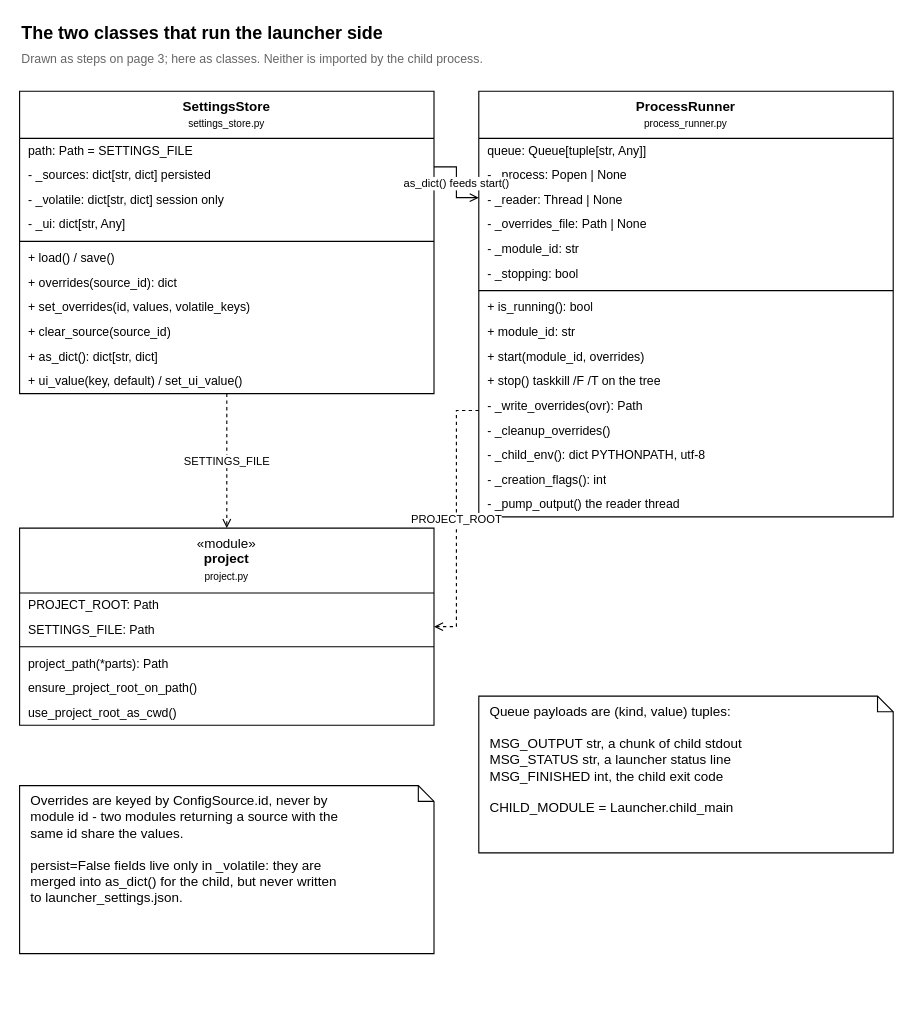
kaw-7/ai-assistant keeps this draw.io diagram as page "4 - Launcher-side services" (4 of 6) of ClassDiagram/LauncherCore.drawio. Above is the earlier version. Source tidied: cells renumbered, new cells numbered last; positions are measured from the earlier drawing's top-left corner, leaving out a move shared by most shapes. Both pictures are drawn from the tidied source at 112%, with x=0, y=0 at pixel (19, 19).
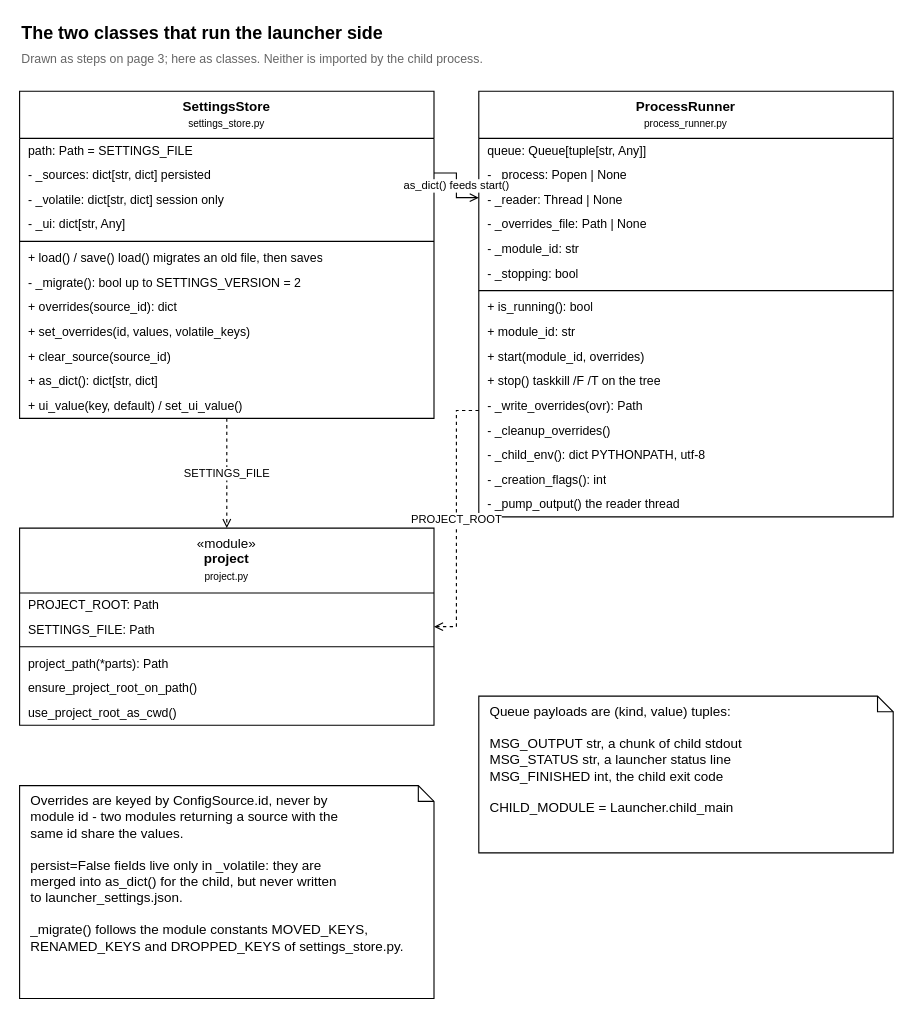
After the change.

Change to the diagram source:
```diff
@@
     <mxCell id="4" value="&lt;b&gt;SettingsStore&lt;/b&gt;&lt;br&gt;&lt;font style=&quot;font-size:9px&quot;&gt;settings_store.py&lt;/font&gt;" style="swimlane;fontStyle=0;horizontal=1;startSize=42;html=1;whiteSpace=wrap;verticalAlign=top;align=center;strokeWidth=1;" parent="1" vertex="1">
-      <mxGeometry y="64" width="370" height="270" as="geometry" />
+      <mxGeometry y="64" width="370" height="292" as="geometry" />
     </mxCell>
@@
-    <mxCell id="10" value="+ load() / save()" style="text;strokeColor=none;fillColor=none;align=left;verticalAlign=middle;spacingLeft=6;spacingRight=6;overflow=hidden;whiteSpace=wrap;html=1;fontSize=11;" parent="4" vertex="1">
+    <mxCell id="10" value="+ load() / save()   load() migrates an old file, then saves" style="text;strokeColor=none;fillColor=none;align=left;verticalAlign=middle;spacingLeft=6;spacingRight=6;overflow=hidden;whiteSpace=wrap;html=1;fontSize=11;" parent="4" vertex="1">
       <mxGeometry y="138" width="370" height="22" as="geometry" />
     </mxCell>
-    <mxCell id="11" value="+ overrides(source_id): dict" style="text;strokeColor=none;fillColor=none;align=left;verticalAlign=middle;spacingLeft=6;spacingRight=6;overflow=hidden;whiteSpace=wrap;html=1;fontSize=11;" parent="4" vertex="1">
+    <mxCell id="11" value="- _migrate(): bool   up to SETTINGS_VERSION = 2" style="text;strokeColor=none;fillColor=none;align=left;verticalAlign=middle;spacingLeft=6;spacingRight=6;overflow=hidden;whiteSpace=wrap;html=1;fontSize=11;" parent="4" vertex="1">
       <mxGeometry y="160" width="370" height="22" as="geometry" />
     </mxCell>
-    <mxCell id="12" value="+ set_overrides(id, values, volatile_keys)" style="text;strokeColor=none;fillColor=none;align=left;verticalAlign=middle;spacingLeft=6;spacingRight=6;overflow=hidden;whiteSpace=wrap;html=1;fontSize=11;" parent="4" vertex="1">
+    <mxCell id="12" value="+ overrides(source_id): dict" style="text;strokeColor=none;fillColor=none;align=left;verticalAlign=middle;spacingLeft=6;spacingRight=6;overflow=hidden;whiteSpace=wrap;html=1;fontSize=11;" parent="4" vertex="1">
       <mxGeometry y="182" width="370" height="22" as="geometry" />
     </mxCell>
-    <mxCell id="13" value="+ clear_source(source_id)" style="text;strokeColor=none;fillColor=none;align=left;verticalAlign=middle;spacingLeft=6;spacingRight=6;overflow=hidden;whiteSpace=wrap;html=1;fontSize=11;" parent="4" vertex="1">
+    <mxCell id="13" value="+ set_overrides(id, values, volatile_keys)" style="text;strokeColor=none;fillColor=none;align=left;verticalAlign=middle;spacingLeft=6;spacingRight=6;overflow=hidden;whiteSpace=wrap;html=1;fontSize=11;" parent="4" vertex="1">
       <mxGeometry y="204" width="370" height="22" as="geometry" />
     </mxCell>
-    <mxCell id="14" value="+ as_dict(): dict[str, dict]" style="text;strokeColor=none;fillColor=none;align=left;verticalAlign=middle;spacingLeft=6;spacingRight=6;overflow=hidden;whiteSpace=wrap;html=1;fontSize=11;" parent="4" vertex="1">
+    <mxCell id="14" value="+ clear_source(source_id)" style="text;strokeColor=none;fillColor=none;align=left;verticalAlign=middle;spacingLeft=6;spacingRight=6;overflow=hidden;whiteSpace=wrap;html=1;fontSize=11;" parent="4" vertex="1">
       <mxGeometry y="226" width="370" height="22" as="geometry" />
     </mxCell>
-    <mxCell id="15" value="+ ui_value(key, default) / set_ui_value()" style="text;strokeColor=none;fillColor=none;align=left;verticalAlign=middle;spacingLeft=6;spacingRight=6;overflow=hidden;whiteSpace=wrap;html=1;fontSize=11;" parent="4" vertex="1">
+    <mxCell id="15" value="+ as_dict(): dict[str, dict]" style="text;strokeColor=none;fillColor=none;align=left;verticalAlign=middle;spacingLeft=6;spacingRight=6;overflow=hidden;whiteSpace=wrap;html=1;fontSize=11;" parent="4" vertex="1">
       <mxGeometry y="248" width="370" height="22" as="geometry" />
     </mxCell>
+    <mxCell id="45" value="+ ui_value(key, default) / set_ui_value()" style="text;strokeColor=none;fillColor=none;align=left;verticalAlign=middle;spacingLeft=6;spacingRight=6;overflow=hidden;whiteSpace=wrap;html=1;fontSize=11;" parent="4" vertex="1">
+      <mxGeometry y="270" width="370" height="22" as="geometry" />
+    </mxCell>
@@
-    <mxCell id="41" value="Overrides are keyed by ConfigSource.id, never by&lt;br&gt;module id - two modules returning a source with the&lt;br&gt;same id share the values.&lt;br&gt;&lt;br&gt;persist=False fields live only in _volatile: they are&lt;br&gt;merged into as_dict() for the child, but never written&lt;br&gt;to launcher_settings.json." style="shape=note;whiteSpace=wrap;html=1;size=14;align=left;spacingLeft=8;verticalAlign=top;" parent="1" vertex="1">
-      <mxGeometry y="684" width="370" height="150" as="geometry" />
+    <mxCell id="41" value="Overrides are keyed by ConfigSource.id, never by&lt;br&gt;module id - two modules returning a source with the&lt;br&gt;same id share the values.&lt;br&gt;&lt;br&gt;persist=False fields live only in _volatile: they are&lt;br&gt;merged into as_dict() for the child, but never written&lt;br&gt;to launcher_settings.json.&lt;br&gt;&lt;br&gt;_migrate() follows the module constants MOVED_KEYS,&lt;br&gt;RENAMED_KEYS and DROPPED_KEYS of settings_store.py." style="shape=note;whiteSpace=wrap;html=1;size=14;align=left;spacingLeft=8;verticalAlign=top;" parent="1" vertex="1">
+      <mxGeometry y="684" width="370" height="190" as="geometry" />
     </mxCell>
```
